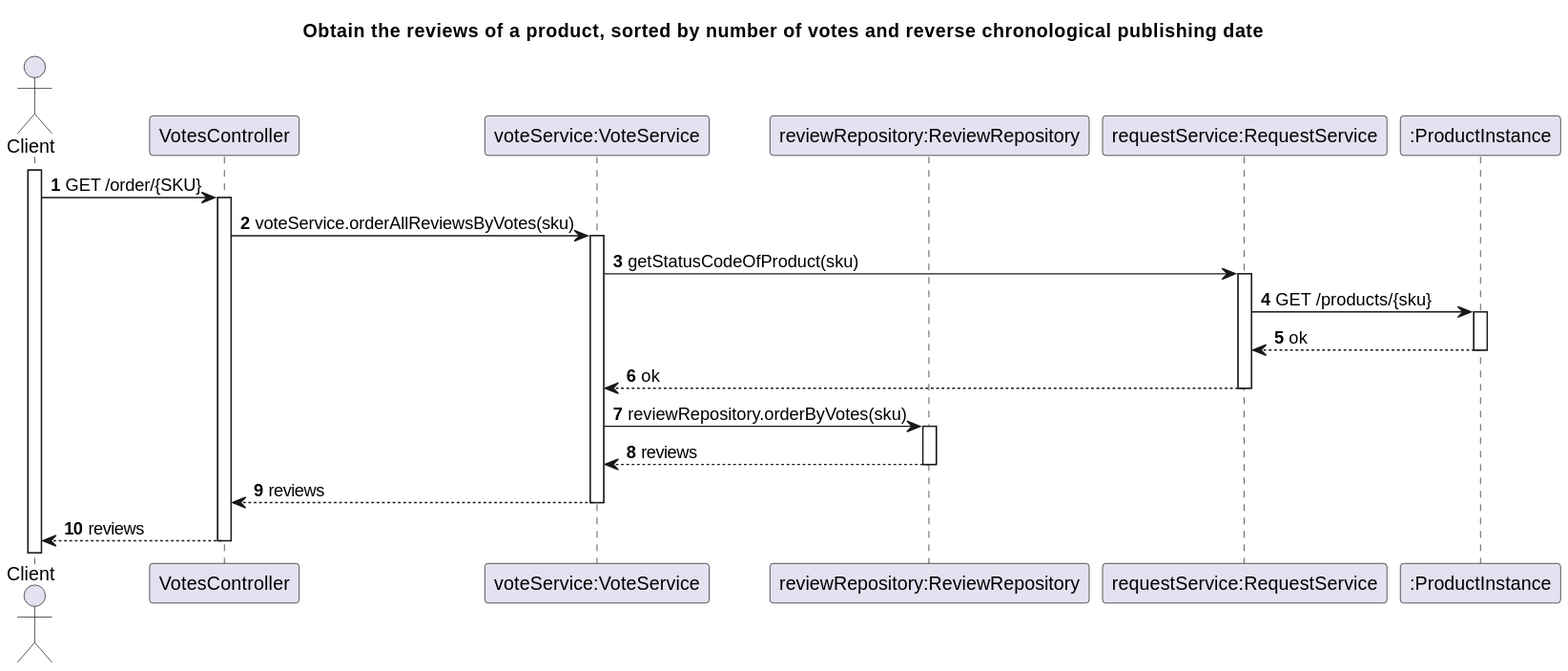
Earlier version of the PlantUML export Docs/US08-SD.svg (TiagoNora/SIDIS-Docs).
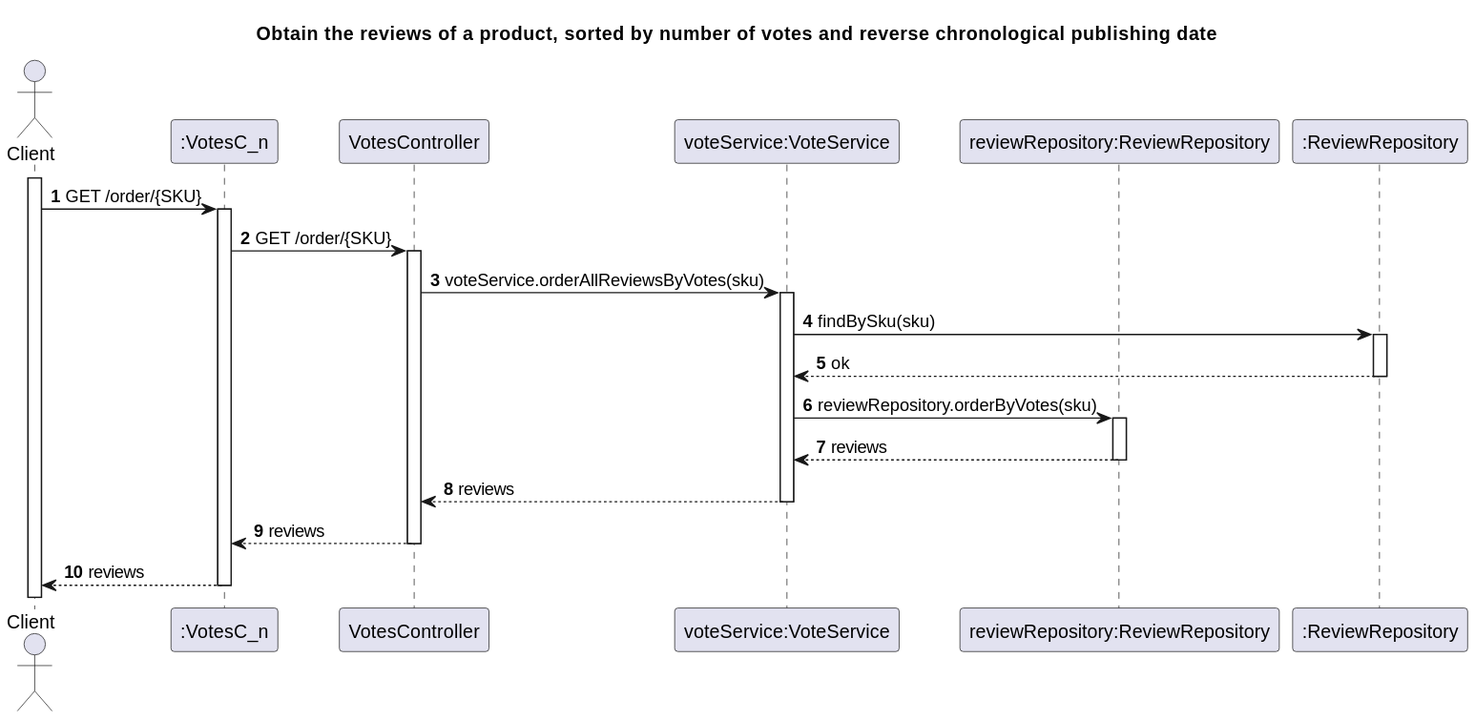
After the commit.

Change to the diagram source:
```diff
@@ -5,23 +5,23 @@
 autonumber
 
 actor "Client" as Client
+participant ":VotesC_n" as votesC
 participant "VotesController" as Ctrl
 participant "voteService:VoteService" as Svc
 participant "reviewRepository:ReviewRepository" as reviewRepository
-participant "requestService:RequestService" as request
-participant ":ProductInstance" as instance
+participant ":ReviewRepository" as productRepository
 
 activate Client
 
-Client -> Ctrl : GET /order/{SKU}
+Client -> votesC : GET /order/{SKU}
+votesC -> Ctrl: GET /order/{SKU}
 Ctrl -> Svc : voteService.orderAllReviewsByVotes(sku)
-Svc -> request: getStatusCodeOfProduct(sku)
-request -> instance: GET /products/{sku}
-instance --> request: ok
-request --> Svc: ok
+Svc -> productRepository: findBySku(sku)
+productRepository --> Svc: ok
 Svc -> reviewRepository: reviewRepository.orderByVotes(sku)
 reviewRepository --> Svc: reviews
 Svc --> Ctrl: reviews
-Ctrl --> Client: reviews
+Ctrl --> votesC: reviews
+votesC --> Client: reviews
 
 @enduml
```
